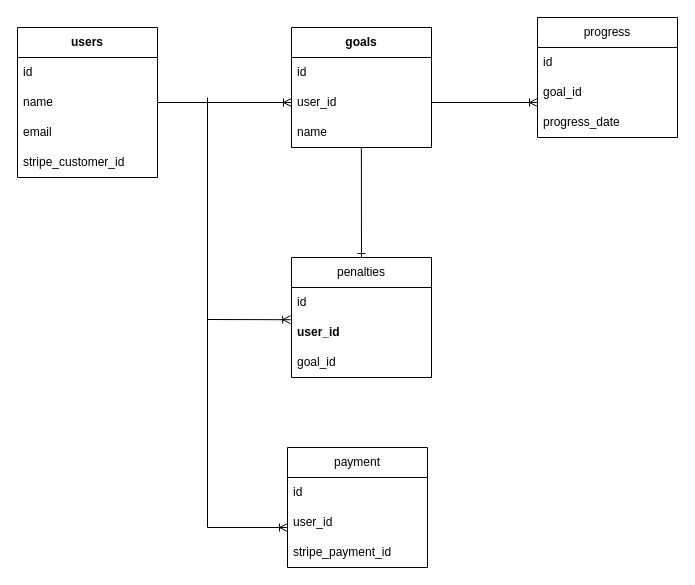
yoichi0615/nest-ddd keeps this draw.io diagram as er.draw.dio. Above is the earlier version. Source tidied: cells renumbered, new cells numbered last; positions are measured from the earlier drawing's top-left corner, leaving out a move shared by most shapes. Both pictures are drawn from the tidied source at 100%, with x=0, y=0 at pixel (17, 17).
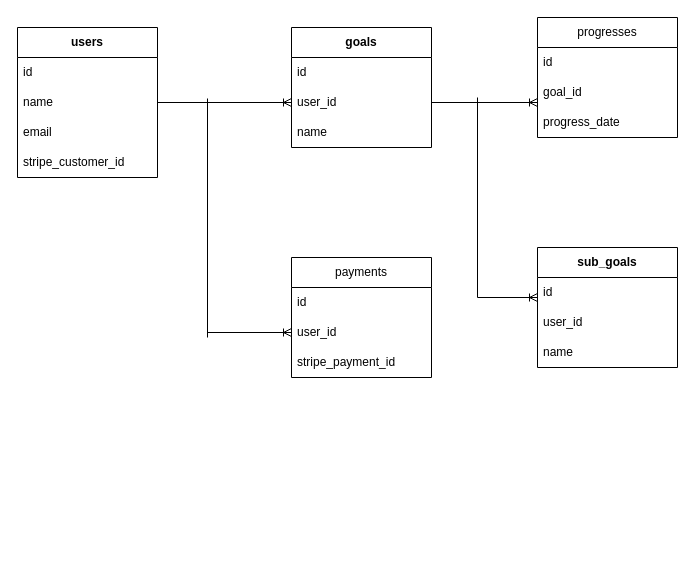
After the change.

Commit message (it also covers changes not shown here):
update: Integration of penalties table

Unchanged cells that the change refers to:
```xml
<mxCell id="10" value="name" style="text;strokeColor=none;fillColor=none;align=left;verticalAlign=middle;spacingLeft=4;spacingRight=4;overflow=hidden;points=[[0,0.5],[1,0.5]];portConstraint=eastwest;whiteSpace=wrap;html=1;" parent="7" vertex="1">
  <mxGeometry y="90" width="140" height="30" as="geometry" />
</mxCell>
<mxCell id="24" value="user_id" style="text;strokeColor=none;fillColor=none;align=left;verticalAlign=middle;spacingLeft=4;spacingRight=4;overflow=hidden;points=[[0,0.5],[1,0.5]];portConstraint=eastwest;whiteSpace=wrap;html=1;" parent="22" vertex="1">
  <mxGeometry y="60" width="140" height="30" as="geometry" />
</mxCell>
```

Diff of the diagram source:
```diff
@@
-    <mxCell id="12" value="penalties" style="swimlane;fontStyle=0;horizontal=1;startSize=30;whiteSpace=wrap;html=1;" parent="1" vertex="1">
-      <mxGeometry x="274" y="240" width="140" height="120" as="geometry" />
-    </mxCell>
-    <mxCell id="13" value="id" style="text;strokeColor=none;fillColor=none;align=left;verticalAlign=middle;spacingLeft=4;spacingRight=4;overflow=hidden;whiteSpace=wrap;html=1;" parent="12" vertex="1">
-      <mxGeometry y="30" width="140" height="30" as="geometry" />
-    </mxCell>
-    <mxCell id="14" value="&lt;b&gt;user_id&lt;/b&gt;" style="text;strokeColor=none;fillColor=none;align=left;verticalAlign=middle;spacingLeft=4;spacingRight=4;overflow=hidden;points=[[0,0.5],[1,0.5]];portConstraint=eastwest;whiteSpace=wrap;html=1;" parent="12" vertex="1">
-      <mxGeometry y="60" width="140" height="30" as="geometry" />
-    </mxCell>
-    <mxCell id="15" value="goal_id" style="text;strokeColor=none;fillColor=none;align=left;verticalAlign=middle;spacingLeft=4;spacingRight=4;overflow=hidden;whiteSpace=wrap;html=1;" parent="12" vertex="1">
-      <mxGeometry y="90" width="140" height="30" as="geometry" />
-    </mxCell>
-    <mxCell id="16" style="edgeStyle=none;html=1;endArrow=ERone;endFill=0;entryX=0.5;entryY=0;entryDx=0;entryDy=0;exitX=0.499;exitY=1.022;exitDx=0;exitDy=0;exitPerimeter=0;" parent="1" edge="1" source="10" target="12">
-      <mxGeometry relative="1" as="geometry" />
-    </mxCell>
-    <mxCell id="17" style="edgeStyle=none;html=1;endArrow=ERoneToMany;endFill=0;entryX=-0.006;entryY=0.074;entryDx=0;entryDy=0;entryPerimeter=0;" parent="1" edge="1" target="14">
-      <mxGeometry relative="1" as="geometry">
-        <mxPoint x="190" y="302" as="sourcePoint" />
-      </mxGeometry>
-    </mxCell>
-    <mxCell id="18" value="progress" style="swimlane;fontStyle=0;horizontal=1;startSize=30;whiteSpace=wrap;html=1;" parent="1" vertex="1">
+    <mxCell id="18" value="progresses" style="swimlane;fontStyle=0;horizontal=1;startSize=30;whiteSpace=wrap;html=1;" parent="1" vertex="1">
       <mxGeometry x="520" width="140" height="120" as="geometry" />
     </mxCell>
@@
-    <mxCell id="22" value="payment" style="swimlane;fontStyle=0;horizontal=1;startSize=30;whiteSpace=wrap;html=1;" parent="1" vertex="1">
-      <mxGeometry x="270" y="430" width="140" height="120" as="geometry" />
+    <mxCell id="22" value="payments" style="swimlane;fontStyle=0;horizontal=1;startSize=30;whiteSpace=wrap;html=1;" parent="1" vertex="1">
+      <mxGeometry x="274" y="240" width="140" height="120" as="geometry" />
     </mxCell>
@@
     <mxCell id="26" style="edgeStyle=none;html=1;endArrow=none;endFill=0;" parent="1" edge="1">
       <mxGeometry relative="1" as="geometry">
-        <mxPoint x="190" y="80" as="sourcePoint" />
-        <mxPoint x="190" y="510" as="targetPoint" />
+        <mxPoint x="190" y="81" as="sourcePoint" />
+        <mxPoint x="190" y="320" as="targetPoint" />
       </mxGeometry>
     </mxCell>
-    <mxCell id="27" style="edgeStyle=none;html=1;endArrow=ERoneToMany;endFill=0;" parent="1" edge="1">
+    <mxCell id="27" style="edgeStyle=none;html=1;endArrow=ERoneToMany;endFill=0;entryX=0;entryY=0.5;entryDx=0;entryDy=0;" parent="1" edge="1" target="24">
       <mxGeometry relative="1" as="geometry">
-        <mxPoint x="190" y="510" as="sourcePoint" />
-        <mxPoint x="270" y="510" as="targetPoint" />
+        <mxPoint x="190" y="315" as="sourcePoint" />
       </mxGeometry>
     </mxCell>
@@
+    <mxCell id="29" value="sub_goals" style="swimlane;fontStyle=1;horizontal=1;startSize=30;whiteSpace=wrap;html=1;" parent="1" vertex="1">
+      <mxGeometry x="520" y="230" width="140" height="120" as="geometry" />
+    </mxCell>
+    <mxCell id="13" value="id" style="text;strokeColor=none;fillColor=none;align=left;verticalAlign=middle;spacingLeft=4;spacingRight=4;overflow=hidden;whiteSpace=wrap;html=1;" parent="29" vertex="1">
+      <mxGeometry y="30" width="140" height="30" as="geometry" />
+    </mxCell>
+    <mxCell id="14" value="user_id" style="text;strokeColor=none;fillColor=none;align=left;verticalAlign=middle;spacingLeft=4;spacingRight=4;overflow=hidden;points=[[0,0.5],[1,0.5]];portConstraint=eastwest;whiteSpace=wrap;html=1;" parent="29" vertex="1">
+      <mxGeometry y="60" width="140" height="30" as="geometry" />
+    </mxCell>
+    <mxCell id="30" value="name" style="text;strokeColor=none;fillColor=none;align=left;verticalAlign=middle;spacingLeft=4;spacingRight=4;overflow=hidden;whiteSpace=wrap;html=1;" parent="29" vertex="1">
+      <mxGeometry y="90" width="140" height="30" as="geometry" />
+    </mxCell>
+    <mxCell id="31" style="edgeStyle=none;html=1;endArrow=none;endFill=0;" parent="1" edge="1">
+      <mxGeometry relative="1" as="geometry">
+        <mxPoint x="460" y="80" as="sourcePoint" />
+        <mxPoint x="460" y="280" as="targetPoint" />
+      </mxGeometry>
+    </mxCell>
+    <mxCell id="32" style="edgeStyle=none;html=1;endArrow=ERoneToMany;endFill=0;" parent="1" edge="1">
+      <mxGeometry relative="1" as="geometry">
+        <mxPoint x="460" y="280" as="sourcePoint" />
+        <mxPoint x="520" y="280" as="targetPoint" />
+      </mxGeometry>
+    </mxCell>
```
